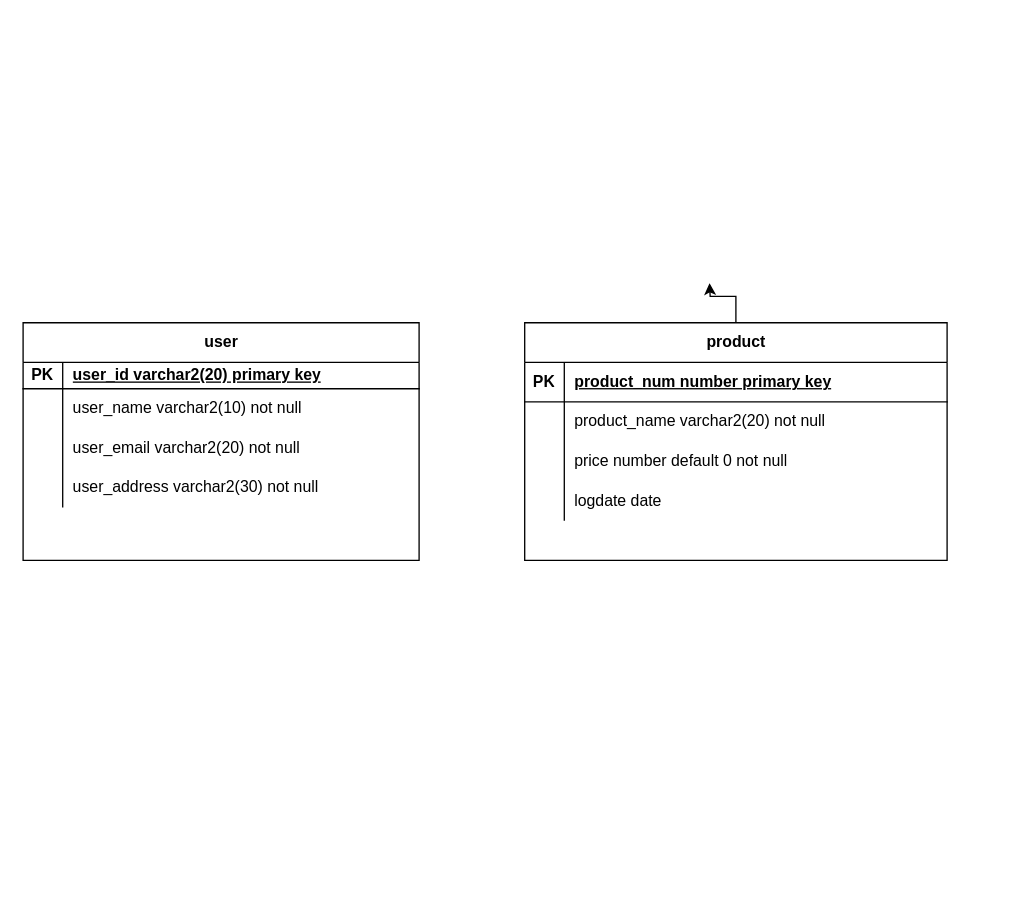
The draw.io diagram 제목 없는 다이어그램.drawio in jjh319/Homework, before the edit. Source tidied: cells renumbered, new cells numbered last; positions are measured from the earlier drawing's top-left corner, leaving out a move shared by most shapes. Both pictures are drawn from the tidied source at 132%, with x=0, y=0 at pixel (22, 282).
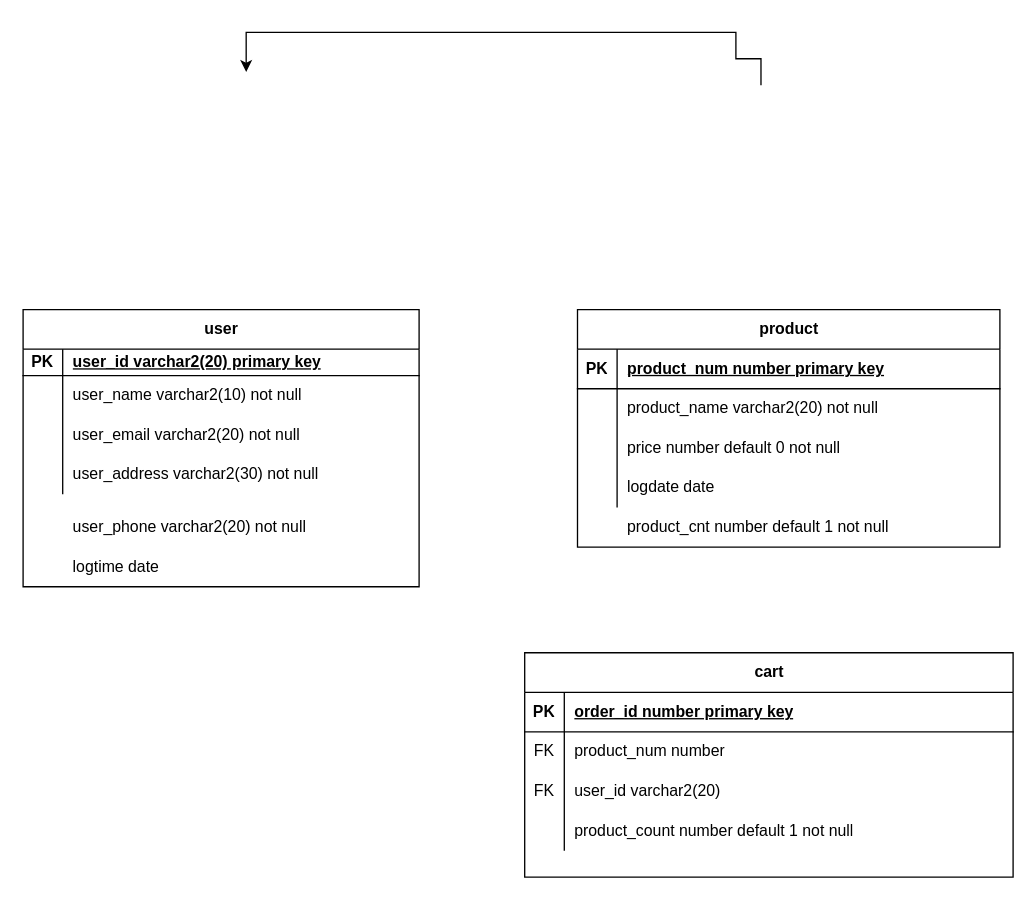
Above is the later version.

Commit message:
제목 없는 다이어그램.drawio 업데이트

What changed in the source:
```diff
@@
-    <mxCell id="2" style="edgeStyle=orthogonalEdgeStyle;rounded=0;jettySize=auto;html=1;" parent="1" edge="1" source="3">
+    <mxCell id="2" style="edgeStyle=orthogonalEdgeStyle;rounded=0;orthogonalLoop=1;jettySize=auto;html=1;entryX=0.5;entryY=0;entryDx=0;entryDy=0;" parent="1" edge="1">
       <mxGeometry relative="1" as="geometry">
-        <mxPoint x="520" as="targetPoint" />
+        <mxPoint x="559" y="-150" as="sourcePoint" />
+        <mxPoint x="169" y="-160" as="targetPoint" />
+        <Array as="points">
+          <mxPoint x="559" y="-170" />
+          <mxPoint x="540" y="-170" />
+          <mxPoint x="540" y="-190" />
+          <mxPoint x="169" y="-190" />
+        </Array>
       </mxGeometry>
     </mxCell>
     <mxCell id="3" value="product" style="shape=table;startSize=30;childLayout=tableLayout;rowLines=0;fontStyle=1;align=center;html=1;" parent="1" vertex="1">
-      <mxGeometry x="380" y="30" width="320" height="180" as="geometry" />
+      <mxGeometry x="420" y="20" width="320" height="180" as="geometry" />
     </mxCell>
@@
     <mxCell id="16" value="user" style="shape=table;startSize=30;childLayout=tableLayout;rowLines=0;fontStyle=1;align=center;html=1;" parent="1" vertex="1">
-      <mxGeometry y="30" width="300" height="180" as="geometry" />
+      <mxGeometry y="20" width="300" height="210" as="geometry" />
     </mxCell>
@@
+    <mxCell id="29" style="shape=tableRow;horizontal=0;startSize=0;swimlaneHead=0;swimlaneBody=0;fillColor=none;top=0;left=0;right=0;bottom=0;" parent="1" vertex="1">
+      <mxGeometry y="170" width="300" height="30" as="geometry" />
+    </mxCell>
+    <mxCell id="30" style="shape=partialRectangle;fillColor=none;top=0;left=0;bottom=0;right=0;overflow=hidden;whiteSpace=wrap;html=1;" parent="29" vertex="1">
+      <mxGeometry width="30" height="30" as="geometry" />
+    </mxCell>
+    <mxCell id="31" value="user_phone varchar2(20) not null" style="shape=partialRectangle;fillColor=none;top=0;left=0;bottom=0;right=0;align=left;spacingLeft=6;overflow=hidden;whiteSpace=wrap;html=1;" parent="29" vertex="1">
+      <mxGeometry x="30" width="270" height="30" as="geometry" />
+    </mxCell>
+    <mxCell id="32" style="shape=tableRow;horizontal=0;startSize=0;swimlaneHead=0;swimlaneBody=0;fillColor=none;top=0;left=0;right=0;bottom=0;" parent="1" vertex="1">
+      <mxGeometry y="200" width="300" height="30" as="geometry" />
+    </mxCell>
+    <mxCell id="33" style="shape=partialRectangle;fillColor=none;top=0;left=0;bottom=0;right=0;overflow=hidden;whiteSpace=wrap;html=1;" parent="32" vertex="1">
+      <mxGeometry width="30" height="30" as="geometry" />
+    </mxCell>
+    <mxCell id="34" value="logtime date" style="shape=partialRectangle;fillColor=none;top=0;left=0;bottom=0;right=0;align=left;spacingLeft=6;overflow=hidden;whiteSpace=wrap;html=1;" parent="32" vertex="1">
+      <mxGeometry x="30" width="270" height="30" as="geometry" />
+    </mxCell>
+    <mxCell id="35" value="cart" style="shape=table;startSize=30;childLayout=tableLayout;rowLines=0;fontStyle=1;align=center;html=1;" parent="1" vertex="1">
+      <mxGeometry x="380" y="280" width="370" height="170" as="geometry" />
+    </mxCell>
+    <mxCell id="36" style="shape=tableRow;horizontal=0;startSize=0;swimlaneHead=0;swimlaneBody=0;fillColor=none;top=0;left=0;right=0;bottom=1;" parent="35" vertex="1">
+      <mxGeometry y="30" width="370" height="30" as="geometry" />
+    </mxCell>
+    <mxCell id="37" value="PK" style="shape=partialRectangle;fillColor=none;top=0;left=0;bottom=0;right=0;fontStyle=1;overflow=hidden;whiteSpace=wrap;html=1;" parent="36" vertex="1">
+      <mxGeometry width="30" height="30" as="geometry" />
+    </mxCell>
+    <mxCell id="38" value="order_id number primary key" style="shape=partialRectangle;fillColor=none;top=0;left=0;bottom=0;right=0;align=left;spacingLeft=6;fontStyle=5;overflow=hidden;whiteSpace=wrap;html=1;" parent="36" vertex="1">
+      <mxGeometry x="30" width="340" height="30" as="geometry" />
+    </mxCell>
+    <mxCell id="39" style="shape=tableRow;horizontal=0;startSize=0;swimlaneHead=0;swimlaneBody=0;fillColor=none;top=0;left=0;right=0;bottom=0;" parent="35" vertex="1">
+      <mxGeometry y="60" width="370" height="30" as="geometry" />
+    </mxCell>
+    <mxCell id="40" value="FK" style="shape=partialRectangle;fillColor=none;top=0;left=0;bottom=0;right=0;overflow=hidden;whiteSpace=wrap;html=1;" parent="39" vertex="1">
+      <mxGeometry width="30" height="30" as="geometry" />
+    </mxCell>
+    <mxCell id="41" value="product_num number" style="shape=partialRectangle;fillColor=none;top=0;left=0;bottom=0;right=0;align=left;spacingLeft=6;overflow=hidden;whiteSpace=wrap;html=1;" parent="39" vertex="1">
+      <mxGeometry x="30" width="340" height="30" as="geometry" />
+    </mxCell>
+    <mxCell id="42" style="shape=tableRow;horizontal=0;startSize=0;swimlaneHead=0;swimlaneBody=0;fillColor=none;top=0;left=0;right=0;bottom=0;" parent="35" vertex="1">
+      <mxGeometry y="90" width="370" height="30" as="geometry" />
+    </mxCell>
+    <mxCell id="43" value="FK" style="shape=partialRectangle;fillColor=none;top=0;left=0;bottom=0;right=0;overflow=hidden;whiteSpace=wrap;html=1;" parent="42" vertex="1">
+      <mxGeometry width="30" height="30" as="geometry" />
+    </mxCell>
+    <mxCell id="44" value="user_id varchar2(20)" style="shape=partialRectangle;fillColor=none;top=0;left=0;bottom=0;right=0;align=left;spacingLeft=6;overflow=hidden;whiteSpace=wrap;html=1;" parent="42" vertex="1">
+      <mxGeometry x="30" width="340" height="30" as="geometry" />
+    </mxCell>
+    <mxCell id="45" style="shape=tableRow;horizontal=0;startSize=0;swimlaneHead=0;swimlaneBody=0;fillColor=none;top=0;left=0;right=0;bottom=0;" parent="35" vertex="1">
+      <mxGeometry y="120" width="370" height="30" as="geometry" />
+    </mxCell>
+    <mxCell id="46" style="shape=partialRectangle;fillColor=none;top=0;left=0;bottom=0;right=0;overflow=hidden;whiteSpace=wrap;html=1;" parent="45" vertex="1">
+      <mxGeometry width="30" height="30" as="geometry" />
+    </mxCell>
+    <mxCell id="47" value="product_count number default 1 not null" style="shape=partialRectangle;fillColor=none;top=0;left=0;bottom=0;right=0;align=left;spacingLeft=6;overflow=hidden;whiteSpace=wrap;html=1;" parent="45" vertex="1">
+      <mxGeometry x="30" width="340" height="30" as="geometry" />
+    </mxCell>
+    <mxCell id="48" value="product_cnt number default 1 not null" style="shape=partialRectangle;fillColor=none;top=0;left=0;bottom=0;right=0;align=left;spacingLeft=6;overflow=hidden;whiteSpace=wrap;html=1;" parent="1" vertex="1">
+      <mxGeometry x="450" y="170" width="290" height="30" as="geometry" />
+    </mxCell>
```
